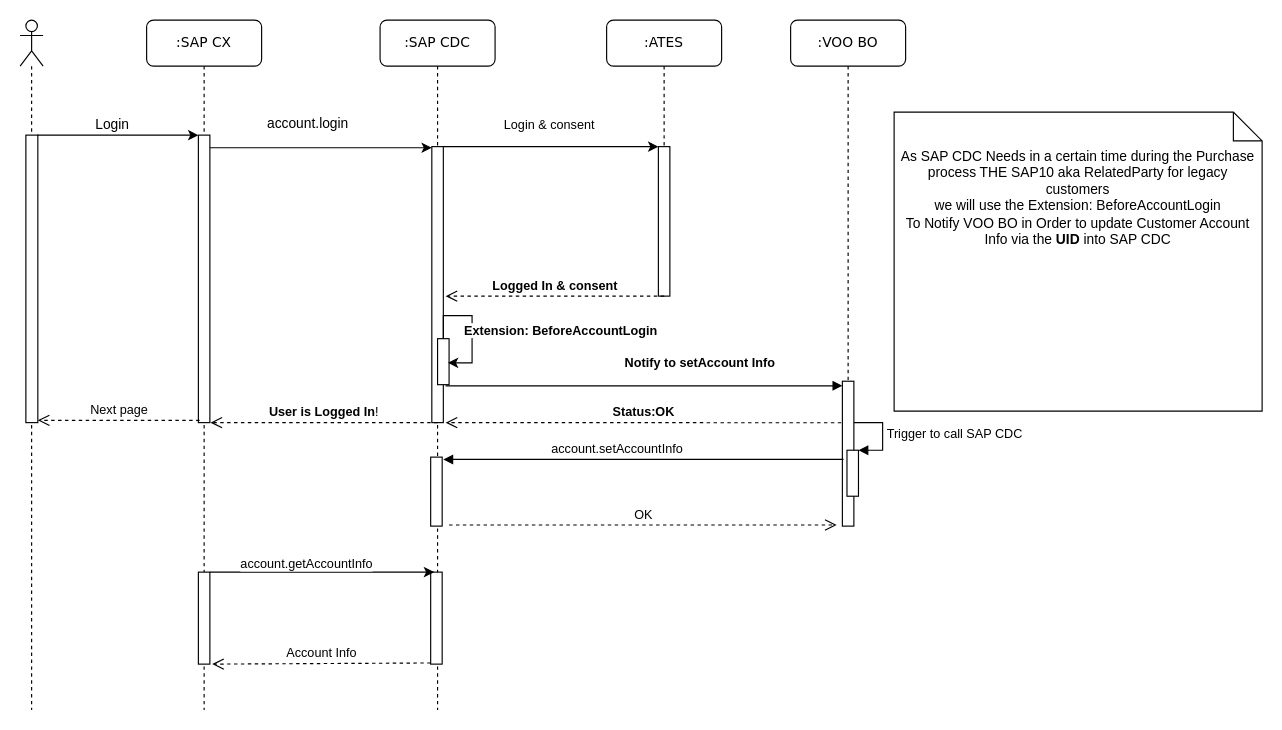
This is page "OPIDC-GetIndivInfo" (2 of 2) of SeqDiagram-CX-VOO-CDC.drawio from MudBloodArchitekt/draw.io, a draw.io file, before an edit. Source tidied: cells renumbered, new cells numbered last; positions are measured from the earlier drawing's top-left corner, leaving out a move shared by most shapes. Both pictures are drawn from the tidied source at 115%, with x=0, y=0 at pixel (20, 20).
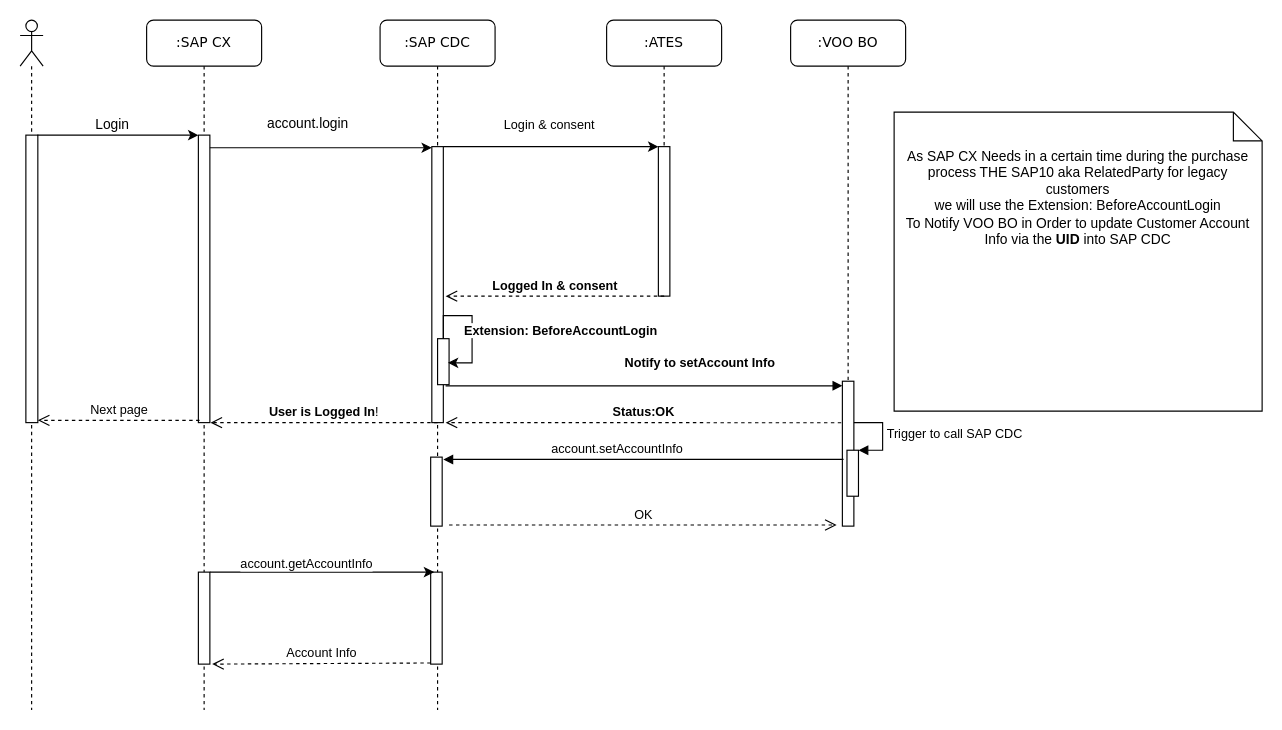
The same diagram, later.

Change to the diagram source:
```diff
@@
-    <mxCell id="34" value="As SAP CDC Needs in a certain time during the Purchase process THE SAP10 aka RelatedParty for legacy customers&lt;br&gt;we will use the Extension: BeforeAccountLogin&lt;br&gt;To Notify VOO BO in Order to update Customer Account Info via the &lt;b&gt;UID &lt;/b&gt;into SAP CDC" style="shape=note2;boundedLbl=1;whiteSpace=wrap;html=1;size=25;verticalAlign=top;align=center;" parent="1" vertex="1">
+    <mxCell id="34" value="As SAP CX Needs in a certain time during the purchase process THE SAP10 aka RelatedParty for legacy customers&lt;br&gt;we will use the Extension: BeforeAccountLogin&lt;br&gt;To Notify VOO BO in Order to update Customer Account Info via the &lt;b&gt;UID &lt;/b&gt;into SAP CDC" style="shape=note2;boundedLbl=1;whiteSpace=wrap;html=1;size=25;verticalAlign=top;align=center;" parent="1" vertex="1">
       <mxGeometry x="760" y="80" width="320" height="260" as="geometry" />
     </mxCell>
```
